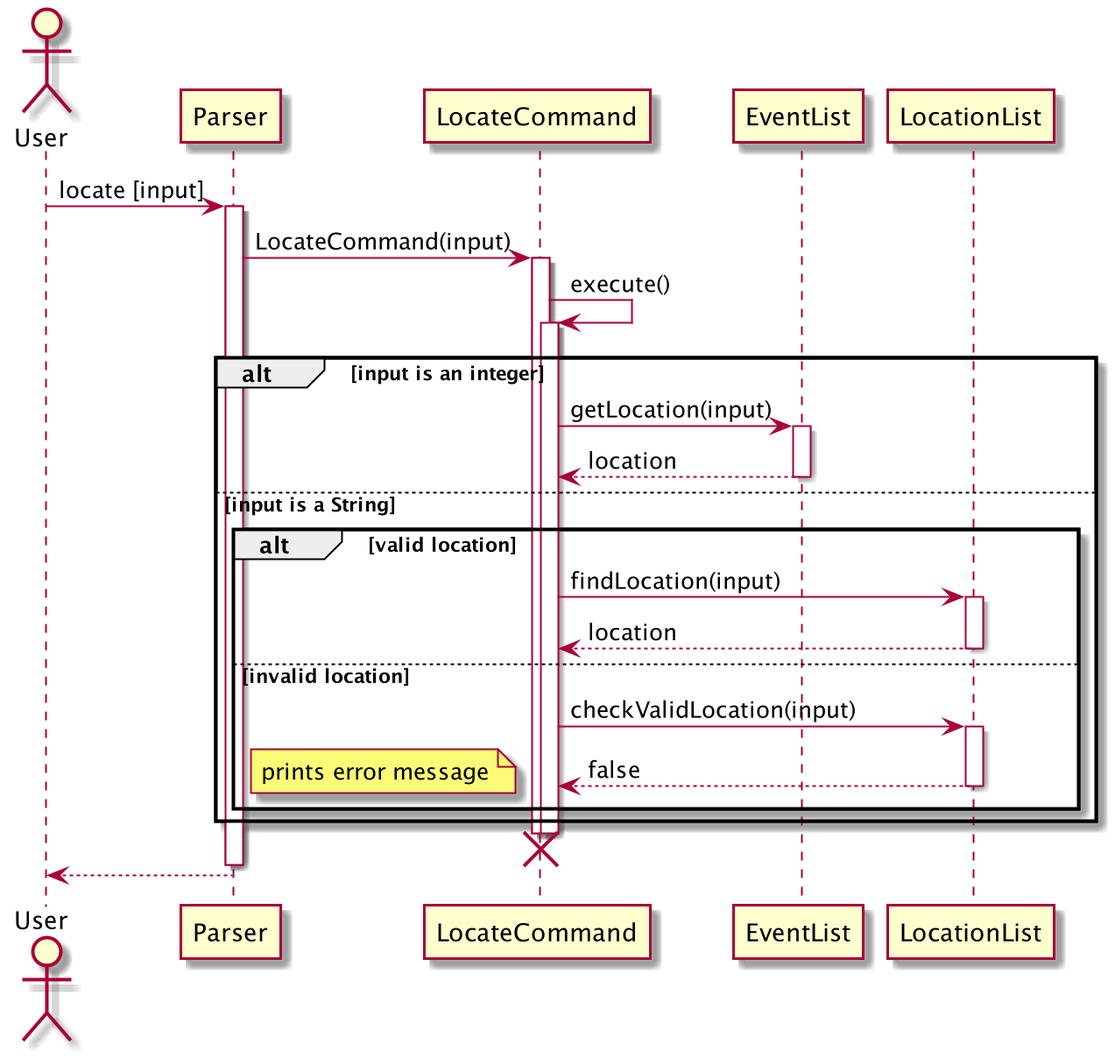
Before: docs/diagrams/LocateSequence.png, a diagram exported from PlantUML (nus-cs2113-AY2021S1/tp). Source of this version:
```plantuml
@startuml
Actor User

User -> Parser: locate [input]
activate Parser

Parser -> LocateCommand: LocateCommand(input)
activate LocateCommand

LocateCommand -> LocateCommand: execute()
activate LocateCommand

alt input is an integer
    LocateCommand -> EventList: getLocation(input)
    activate EventList
    return location
else input is a String
    alt valid location
        LocateCommand -> LocationList: findLocation(input)
        activate LocationList
        return location
    else invalid location
        LocateCommand -> LocationList: checkValidLocation(input)
        activate LocationList
        return false
note left: prints error message
    end
end

deactivate LocateCommand
destroy LocateCommand

deactivate Parser
return
@enduml
```
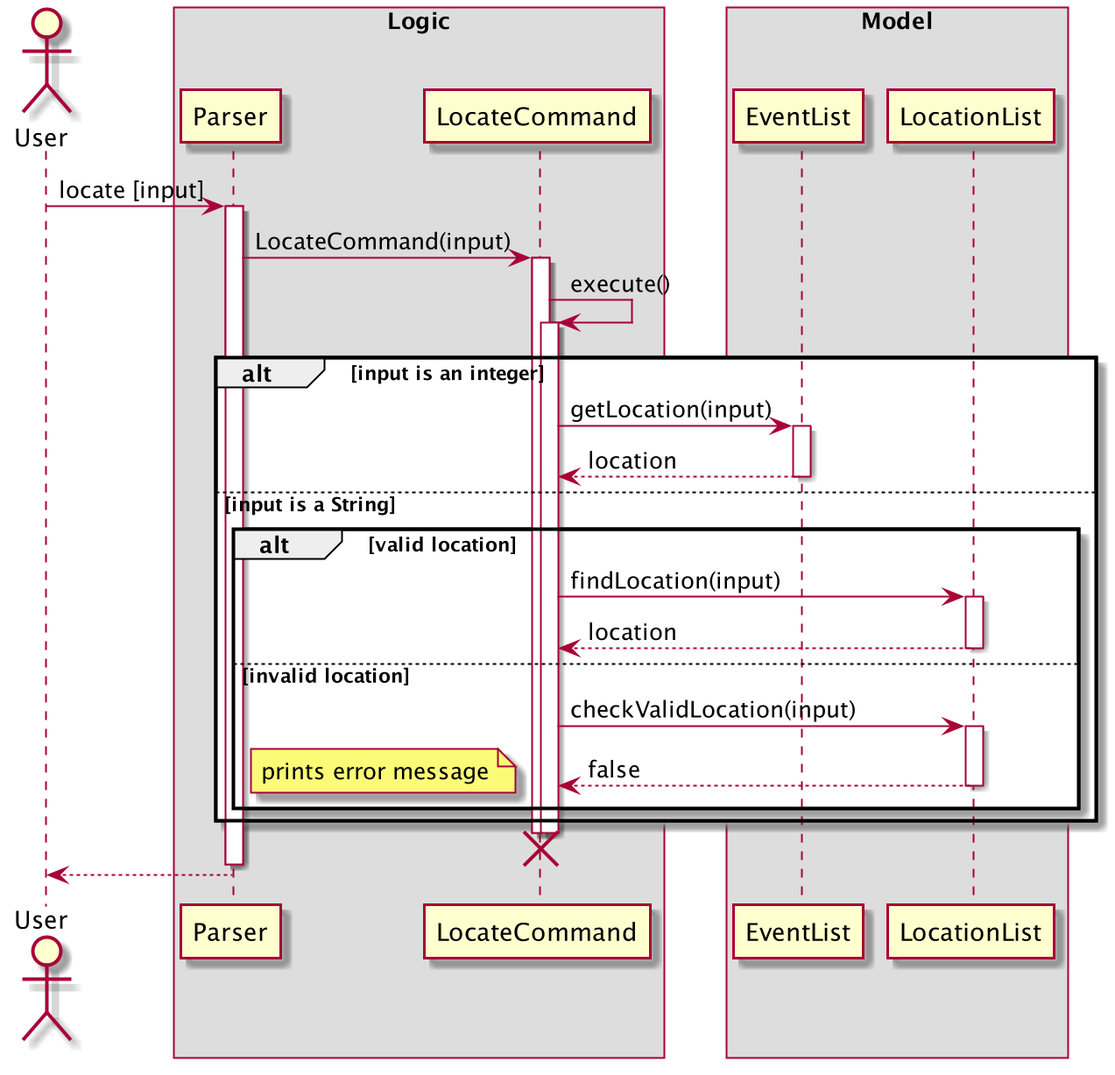
Above is the later version.

What changed in the source:
```diff
@@ -1,15 +1,16 @@
 @startuml
 Actor User
 
+box Logic
 User -> Parser: locate [input]
 activate Parser
-
 Parser -> LocateCommand: LocateCommand(input)
 activate LocateCommand
-
 LocateCommand -> LocateCommand: execute()
 activate LocateCommand
+end box
 
+box Model
 alt input is an integer
     LocateCommand -> EventList: getLocation(input)
     activate EventList
```
